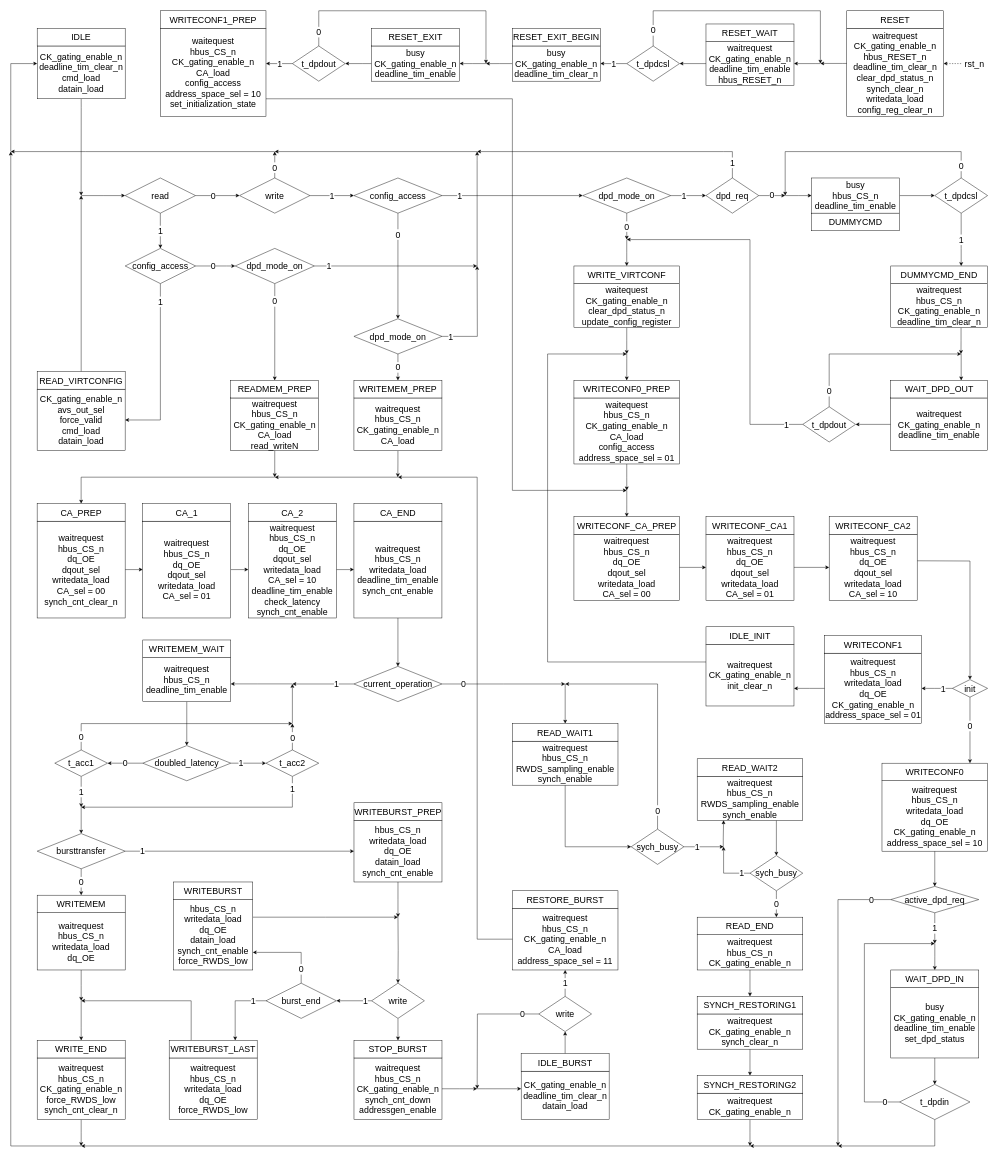
Before: page "FSM" (9 of 9) of hyperram_system/ip/avs_to_hram_converter/schematics/avs_to_hram_converter.drawio in AndreaBononi/Intel_Cyclone10LP_systems, a draw.io diagram. Source tidied: cells renumbered, new cells numbered last; positions are measured from the earlier drawing's top-left corner, leaving out a move shared by most shapes. Both pictures are drawn from the tidied source at 44%, with x=0, y=0 at pixel (11, 11).
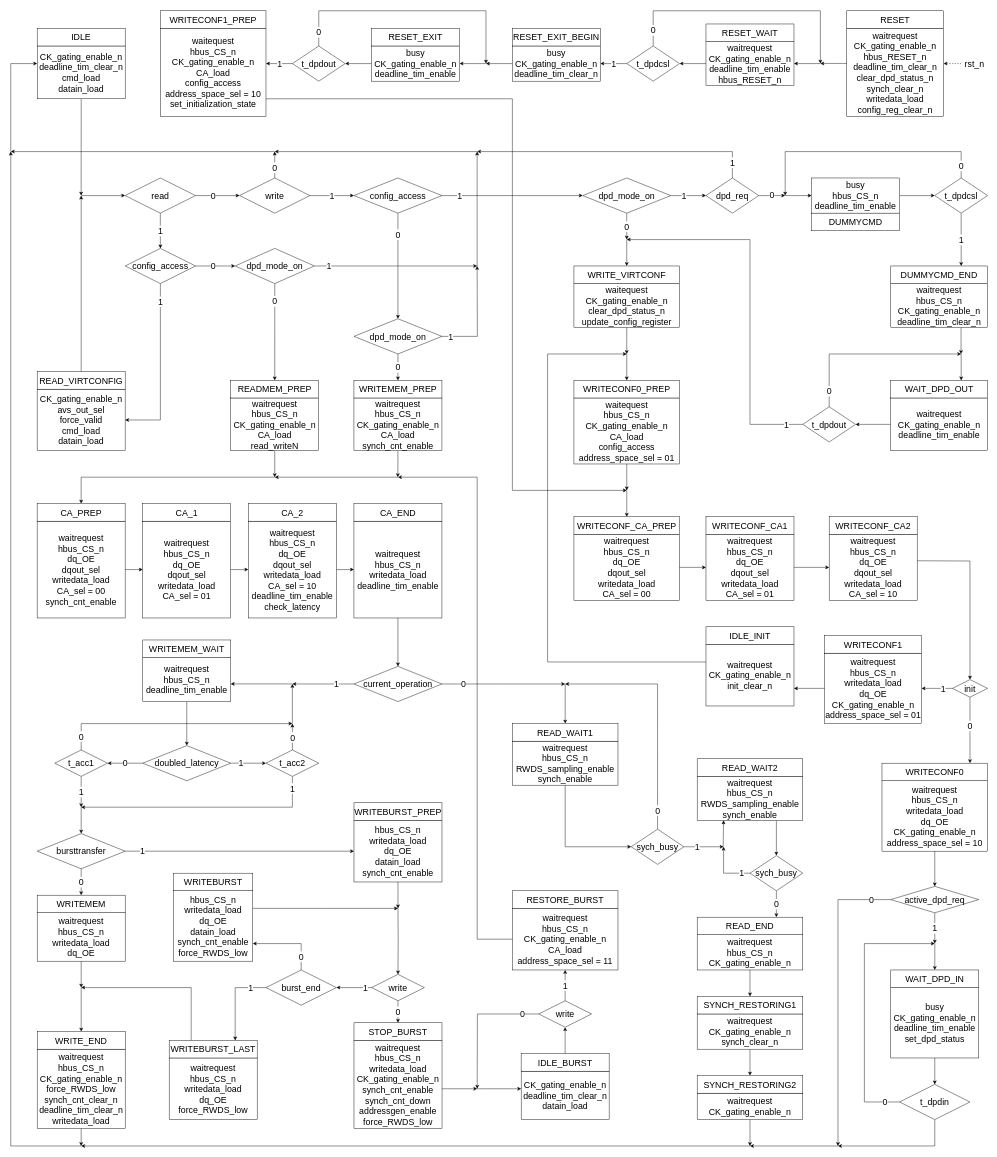
Above is the later version.

The change refers to these unchanged cells:
```xml
<mxCell id="164" value="&lt;font style=&quot;font-size: 20px;&quot;&gt;hbus_CS_n&lt;/font&gt;&lt;div style=&quot;font-size: 20px;&quot;&gt;&lt;font style=&quot;font-size: 20px;&quot;&gt;writedata_load&lt;/font&gt;&lt;/div&gt;&lt;div style=&quot;font-size: 20px;&quot;&gt;&lt;font style=&quot;font-size: 20px;&quot;&gt;dq_OE&lt;br&gt;&lt;/font&gt;&lt;/div&gt;&lt;div style=&quot;font-size: 20px;&quot;&gt;&lt;font style=&quot;font-size: 20px;&quot;&gt;datain_load&lt;br&gt;&lt;/font&gt;&lt;/div&gt;&lt;div style=&quot;font-size: 20px;&quot;&gt;&lt;font style=&quot;font-size: 20px;&quot;&gt;synch_cnt_enable&lt;br&gt;&lt;/font&gt;&lt;/div&gt;" style="rounded=0;whiteSpace=wrap;html=1;fontSize=20;" parent="1" vertex="1">
  <mxGeometry x="780" y="1840" width="200" height="140" as="geometry" />
</mxCell>
<mxCell id="168" value="&lt;font style=&quot;font-size: 20px;&quot;&gt;WRITEBURST_LAST&lt;/font&gt;" style="rounded=0;whiteSpace=wrap;html=1;fontSize=20;" parent="1" vertex="1">
  <mxGeometry x="360" y="2340" width="200" height="40" as="geometry" />
</mxCell>
```

The edit, as a diff of the source:
```diff
@@
-    <mxCell id="42" value="&lt;div style=&quot;font-size: 20px;&quot;&gt;&lt;font style=&quot;font-size: 20px;&quot;&gt;waitrequest&lt;/font&gt;&lt;/div&gt;&lt;div style=&quot;font-size: 20px;&quot;&gt;&lt;font style=&quot;font-size: 20px;&quot;&gt;hbus_CS_n&lt;/font&gt;&lt;/div&gt;&lt;div style=&quot;font-size: 20px;&quot;&gt;&lt;font style=&quot;font-size: 20px;&quot;&gt;CK_gating_enable_n&lt;/font&gt;&lt;/div&gt;&lt;div style=&quot;font-size: 20px;&quot;&gt;&lt;font style=&quot;font-size: 20px;&quot;&gt;CA_load&lt;/font&gt;&lt;/div&gt;" style="rounded=0;whiteSpace=wrap;html=1;fontSize=20;" parent="1" vertex="1">
+    <mxCell id="42" value="&lt;div style=&quot;font-size: 20px;&quot;&gt;&lt;font style=&quot;font-size: 20px;&quot;&gt;waitrequest&lt;/font&gt;&lt;/div&gt;&lt;div style=&quot;font-size: 20px;&quot;&gt;&lt;font style=&quot;font-size: 20px;&quot;&gt;hbus_CS_n&lt;/font&gt;&lt;/div&gt;&lt;div style=&quot;font-size: 20px;&quot;&gt;&lt;font style=&quot;font-size: 20px;&quot;&gt;CK_gating_enable_n&lt;/font&gt;&lt;/div&gt;&lt;div style=&quot;font-size: 20px;&quot;&gt;&lt;font style=&quot;font-size: 20px;&quot;&gt;CA_load&lt;/font&gt;&lt;/div&gt;&lt;div&gt;synch_cnt_enable&lt;/div&gt;" style="rounded=0;whiteSpace=wrap;html=1;fontSize=20;" parent="1" vertex="1">
       <mxGeometry x="779.9" y="880" width="200" height="120" as="geometry" />
     </mxCell>
@@
     <mxCell id="50" style="edgeStyle=orthogonalEdgeStyle;rounded=0;jettySize=auto;html=1;entryX=0.5;entryY=0;entryDx=0;entryDy=0;" parent="1" edge="1" target="155">
       <mxGeometry relative="1" as="geometry">
-        <mxPoint x="160" y="2250" as="sourcePoint" />
+        <mxPoint x="160" y="2220" as="sourcePoint" />
         <Array as="points">
           <mxPoint x="160" y="2310" />
           <mxPoint x="160" y="2310" />
         </Array>
       </mxGeometry>
     </mxCell>
     <mxCell id="51" style="edgeStyle=orthogonalEdgeStyle;rounded=0;jettySize=auto;html=1;exitX=0.5;exitY=1;exitDx=0;exitDy=0;" parent="1" edge="1" source="52">
       <mxGeometry relative="1" as="geometry">
-        <mxPoint x="160" y="2250" as="targetPoint" />
+        <mxPoint x="160" y="2220" as="targetPoint" />
       </mxGeometry>
     </mxCell>
     <mxCell id="52" value="waitrequest&lt;div style=&quot;font-size: 20px;&quot;&gt;&lt;font style=&quot;font-size: 20px;&quot;&gt;hbus_CS_n&lt;/font&gt;&lt;/div&gt;&lt;div style=&quot;font-size: 20px;&quot;&gt;&lt;font style=&quot;font-size: 20px;&quot;&gt;writedata_load&lt;/font&gt;&lt;/div&gt;&lt;div style=&quot;font-size: 20px;&quot;&gt;&lt;font style=&quot;font-size: 20px;&quot;&gt;dq_OE&lt;br&gt;&lt;/font&gt;&lt;/div&gt;" style="rounded=0;whiteSpace=wrap;html=1;fontSize=20;" parent="1" vertex="1">
-      <mxGeometry x="60" y="2050" width="200" height="130" as="geometry" />
+      <mxGeometry x="60" y="2050" width="200" height="110" as="geometry" />
     </mxCell>
@@
-    <mxCell id="140" value="waitrequest&lt;div style=&quot;font-size: 20px;&quot;&gt;&lt;font style=&quot;font-size: 20px;&quot;&gt;hbus_CS_n&lt;/font&gt;&lt;/div&gt;&lt;div style=&quot;font-size: 20px;&quot;&gt;&lt;font style=&quot;font-size: 20px;&quot;&gt;dq_OE&lt;/font&gt;&lt;/div&gt;&lt;div style=&quot;font-size: 20px;&quot;&gt;dqout_sel&lt;/div&gt;&lt;div style=&quot;font-size: 20px;&quot;&gt;writedata_load&lt;br style=&quot;font-size: 20px;&quot;&gt;&lt;/div&gt;&lt;div style=&quot;font-size: 20px;&quot;&gt;&lt;div style=&quot;font-size: 20px;&quot;&gt;CA_sel = 00&lt;/div&gt;&lt;/div&gt;&lt;div&gt;synch_cnt_clear_n&lt;/div&gt;" style="rounded=0;whiteSpace=wrap;html=1;fontSize=20;" parent="1" vertex="1">
+    <mxCell id="140" value="waitrequest&lt;div style=&quot;font-size: 20px;&quot;&gt;&lt;font style=&quot;font-size: 20px;&quot;&gt;hbus_CS_n&lt;/font&gt;&lt;/div&gt;&lt;div style=&quot;font-size: 20px;&quot;&gt;&lt;font style=&quot;font-size: 20px;&quot;&gt;dq_OE&lt;/font&gt;&lt;/div&gt;&lt;div style=&quot;font-size: 20px;&quot;&gt;dqout_sel&lt;/div&gt;&lt;div style=&quot;font-size: 20px;&quot;&gt;writedata_load&lt;br style=&quot;font-size: 20px;&quot;&gt;&lt;/div&gt;&lt;div style=&quot;font-size: 20px;&quot;&gt;&lt;div style=&quot;font-size: 20px;&quot;&gt;CA_sel = 00&lt;/div&gt;&lt;div style=&quot;font-size: 20px;&quot;&gt;synch_cnt_enable&lt;/div&gt;&lt;/div&gt;" style="rounded=0;whiteSpace=wrap;html=1;fontSize=20;" parent="1" vertex="1">
       <mxGeometry x="59.9" y="1160" width="200" height="220" as="geometry" />
     </mxCell>
@@
-    <mxCell id="146" value="waitrequest&lt;div style=&quot;font-size: 20px;&quot;&gt;&lt;font style=&quot;font-size: 20px;&quot;&gt;hbus_CS_n&lt;/font&gt;&lt;/div&gt;&lt;div style=&quot;font-size: 20px;&quot;&gt;&lt;font style=&quot;font-size: 20px;&quot;&gt;dq_OE&lt;/font&gt;&lt;/div&gt;&lt;div style=&quot;font-size: 20px;&quot;&gt;&lt;font style=&quot;font-size: 20px;&quot;&gt;dqout_sel&lt;/font&gt;&lt;/div&gt;&lt;div style=&quot;font-size: 20px;&quot;&gt;&lt;font style=&quot;font-size: 20px;&quot;&gt;writedata_load&lt;/font&gt;&lt;/div&gt;&lt;div style=&quot;font-size: 20px;&quot;&gt;CA_sel = 10&lt;br style=&quot;font-size: 20px;&quot;&gt;&lt;/div&gt;&lt;div style=&quot;font-size: 20px;&quot;&gt;deadline_tim_enable&lt;br style=&quot;font-size: 20px;&quot;&gt;&lt;/div&gt;&lt;div&gt;check_latency&lt;/div&gt;&lt;div&gt;synch_cnt_enable&lt;/div&gt;" style="rounded=0;whiteSpace=wrap;html=1;fontSize=20;" parent="1" vertex="1">
+    <mxCell id="146" value="waitrequest&lt;div style=&quot;font-size: 20px;&quot;&gt;&lt;font style=&quot;font-size: 20px;&quot;&gt;hbus_CS_n&lt;/font&gt;&lt;/div&gt;&lt;div style=&quot;font-size: 20px;&quot;&gt;&lt;font style=&quot;font-size: 20px;&quot;&gt;dq_OE&lt;/font&gt;&lt;/div&gt;&lt;div style=&quot;font-size: 20px;&quot;&gt;&lt;font style=&quot;font-size: 20px;&quot;&gt;dqout_sel&lt;/font&gt;&lt;/div&gt;&lt;div style=&quot;font-size: 20px;&quot;&gt;&lt;font style=&quot;font-size: 20px;&quot;&gt;writedata_load&lt;/font&gt;&lt;/div&gt;&lt;div style=&quot;font-size: 20px;&quot;&gt;CA_sel = 10&lt;br style=&quot;font-size: 20px;&quot;&gt;&lt;/div&gt;&lt;div style=&quot;font-size: 20px;&quot;&gt;deadline_tim_enable&lt;br style=&quot;font-size: 20px;&quot;&gt;&lt;/div&gt;&lt;div&gt;check_latency&lt;/div&gt;" style="rounded=0;whiteSpace=wrap;html=1;fontSize=20;" parent="1" vertex="1">
       <mxGeometry x="539.9" y="1160" width="200" height="220" as="geometry" />
     </mxCell>
@@
-    <mxCell id="148" value="waitrequest&lt;div style=&quot;font-size: 20px;&quot;&gt;&lt;font style=&quot;font-size: 20px;&quot;&gt;hbus_CS_n&lt;/font&gt;&lt;/div&gt;&lt;div style=&quot;font-size: 20px;&quot;&gt;&lt;font style=&quot;font-size: 20px;&quot;&gt;writedata_load&lt;/font&gt;&lt;/div&gt;&lt;div style=&quot;font-size: 20px;&quot;&gt;&lt;font style=&quot;font-size: 20px;&quot;&gt;deadline_tim_enable&lt;/font&gt;&lt;/div&gt;&lt;div&gt;synch_cnt_enable&lt;/div&gt;" style="rounded=0;whiteSpace=wrap;html=1;fontSize=20;" parent="1" vertex="1">
+    <mxCell id="148" value="waitrequest&lt;div style=&quot;font-size: 20px;&quot;&gt;&lt;font style=&quot;font-size: 20px;&quot;&gt;hbus_CS_n&lt;/font&gt;&lt;/div&gt;&lt;div style=&quot;font-size: 20px;&quot;&gt;&lt;font style=&quot;font-size: 20px;&quot;&gt;writedata_load&lt;/font&gt;&lt;/div&gt;&lt;div style=&quot;font-size: 20px;&quot;&gt;&lt;font style=&quot;font-size: 20px;&quot;&gt;deadline_tim_enable&lt;/font&gt;&lt;/div&gt;" style="rounded=0;whiteSpace=wrap;html=1;fontSize=20;" parent="1" vertex="1">
       <mxGeometry x="779.9" y="1160" width="200" height="220" as="geometry" />
     </mxCell>
@@
     <mxCell id="150" value="&lt;font style=&quot;font-size: 20px;&quot;&gt;1&lt;/font&gt;" style="edgeStyle=orthogonalEdgeStyle;rounded=0;jettySize=auto;html=1;exitX=0;exitY=0.5;exitDx=0;exitDy=0;entryX=0.75;entryY=0;entryDx=0;entryDy=0;" parent="1" edge="1" source="152" target="168">
       <mxGeometry x="-0.62" relative="1" as="geometry">
         <Array as="points">
-          <mxPoint x="510" y="2250" />
+          <mxPoint x="510" y="2220" />
         </Array>
         <mxPoint x="1" as="offset" />
       </mxGeometry>
     </mxCell>
     <mxCell id="151" value="&lt;font style=&quot;font-size: 20px;&quot;&gt;0&lt;/font&gt;" style="edgeStyle=orthogonalEdgeStyle;rounded=0;jettySize=auto;html=1;exitX=0.5;exitY=0;exitDx=0;exitDy=0;entryX=1;entryY=0.75;entryDx=0;entryDy=0;" parent="1" edge="1" source="152" target="170">
-      <mxGeometry x="-0.64" relative="1" as="geometry" />
+      <mxGeometry x="-0.64" relative="1" as="geometry">
+        <Array as="points">
+          <mxPoint x="660" y="2120" />
+        </Array>
+      </mxGeometry>
     </mxCell>
     <mxCell id="152" value="burst_end" style="rhombus;whiteSpace=wrap;html=1;fontSize=20;" parent="1" vertex="1">
-      <mxGeometry x="580" y="2210" width="160" height="80" as="geometry" />
+      <mxGeometry x="580" y="2180" width="160" height="80" as="geometry" />
     </mxCell>
@@
-    <mxCell id="154" value="&lt;div style=&quot;font-size: 20px;&quot;&gt;&lt;font style=&quot;font-size: 20px;&quot;&gt;waitrequest&lt;/font&gt;&lt;/div&gt;&lt;div style=&quot;font-size: 20px;&quot;&gt;&lt;font style=&quot;font-size: 20px;&quot;&gt;hbus_CS_n&lt;/font&gt;&lt;/div&gt;&lt;div style=&quot;font-size: 20px;&quot;&gt;&lt;font style=&quot;font-size: 20px;&quot;&gt;CK_gating_enable_n&lt;/font&gt;&lt;/div&gt;&lt;div style=&quot;font-size: 20px;&quot;&gt;&lt;font style=&quot;font-size: 20px;&quot;&gt;force_RWDS_low&lt;/font&gt;&lt;/div&gt;&lt;div&gt;synch_cnt_clear_n&lt;/div&gt;" style="rounded=0;whiteSpace=wrap;html=1;fontSize=20;" parent="1" vertex="1">
-      <mxGeometry x="60" y="2380" width="200" height="140" as="geometry" />
+    <mxCell id="154" value="&lt;div style=&quot;font-size: 20px;&quot;&gt;&lt;font style=&quot;font-size: 20px;&quot;&gt;waitrequest&lt;/font&gt;&lt;/div&gt;&lt;div style=&quot;font-size: 20px;&quot;&gt;&lt;font style=&quot;font-size: 20px;&quot;&gt;hbus_CS_n&lt;/font&gt;&lt;/div&gt;&lt;div style=&quot;font-size: 20px;&quot;&gt;&lt;font style=&quot;font-size: 20px;&quot;&gt;CK_gating_enable_n&lt;/font&gt;&lt;/div&gt;&lt;div style=&quot;font-size: 20px;&quot;&gt;&lt;font style=&quot;font-size: 20px;&quot;&gt;force_RWDS_low&lt;/font&gt;&lt;/div&gt;&lt;div&gt;synch_cnt_clear_n&lt;/div&gt;&lt;div&gt;&lt;font style=&quot;font-size: 20px;&quot;&gt;deadline_tim_clear_n&lt;/font&gt;&lt;/div&gt;&lt;div&gt;&lt;font style=&quot;font-size: 20px;&quot;&gt;writedata_load&lt;/font&gt;&lt;/div&gt;" style="rounded=0;whiteSpace=wrap;html=1;fontSize=20;" parent="1" vertex="1">
+      <mxGeometry x="60" y="2360" width="200" height="180" as="geometry" />
     </mxCell>
     <mxCell id="155" value="&lt;font style=&quot;font-size: 20px;&quot;&gt;WRITE_END&lt;/font&gt;" style="rounded=0;whiteSpace=wrap;html=1;fontSize=20;" parent="1" vertex="1">
-      <mxGeometry x="60" y="2340" width="200" height="40" as="geometry" />
+      <mxGeometry x="60.1" y="2320" width="200" height="40" as="geometry" />
     </mxCell>
@@
     <mxCell id="157" style="edgeStyle=orthogonalEdgeStyle;rounded=0;jettySize=auto;html=1;entryX=0.5;entryY=0;entryDx=0;entryDy=0;" parent="1" edge="1" target="159">
       <mxGeometry relative="1" as="geometry">
-        <mxPoint x="880" y="2060" as="sourcePoint" />
+        <mxPoint x="880" y="2040" as="sourcePoint" />
       </mxGeometry>
     </mxCell>
-    <mxCell id="158" style="edgeStyle=orthogonalEdgeStyle;rounded=0;jettySize=auto;html=1;exitX=0.5;exitY=1;exitDx=0;exitDy=0;entryX=0.5;entryY=0;entryDx=0;entryDy=0;" parent="1" edge="1" source="159" target="178">
+    <mxCell id="158" value="&lt;font style=&quot;font-size: 20px;&quot;&gt;0&lt;/font&gt;" style="edgeStyle=orthogonalEdgeStyle;rounded=0;jettySize=auto;html=1;exitX=0.5;exitY=1;exitDx=0;exitDy=0;entryX=0.5;entryY=0;entryDx=0;entryDy=0;" parent="1" edge="1" source="159" target="178">
       <mxGeometry relative="1" as="geometry" />
     </mxCell>
     <mxCell id="159" value="write" style="rhombus;whiteSpace=wrap;html=1;fontSize=20;" parent="1" vertex="1">
-      <mxGeometry x="820" y="2210" width="120" height="80" as="geometry" />
+      <mxGeometry x="820" y="2190" width="120" height="60" as="geometry" />
     </mxCell>
@@
     <mxCell id="163" style="edgeStyle=orthogonalEdgeStyle;rounded=0;jettySize=auto;html=1;exitX=0.5;exitY=1;exitDx=0;exitDy=0;" parent="1" edge="1" source="164">
       <mxGeometry relative="1" as="geometry">
-        <mxPoint x="880" y="2060" as="targetPoint" />
+        <mxPoint x="880" y="2040" as="targetPoint" />
       </mxGeometry>
     </mxCell>
@@
     <mxCell id="166" style="edgeStyle=orthogonalEdgeStyle;rounded=0;jettySize=auto;html=1;exitX=0.25;exitY=0;exitDx=0;exitDy=0;" parent="1" edge="1" source="168">
       <mxGeometry relative="1" as="geometry">
-        <mxPoint x="160" y="2250" as="targetPoint" />
+        <mxPoint x="160" y="2220" as="targetPoint" />
         <Array as="points">
-          <mxPoint x="410" y="2250" />
+          <mxPoint x="410" y="2220" />
         </Array>
       </mxGeometry>
     </mxCell>
@@
     <mxCell id="169" style="edgeStyle=orthogonalEdgeStyle;rounded=0;jettySize=auto;html=1;exitX=1;exitY=0.25;exitDx=0;exitDy=0;" parent="1" edge="1" source="170">
       <mxGeometry relative="1" as="geometry">
-        <mxPoint x="880" y="2060" as="targetPoint" />
+        <mxPoint x="880" y="2040" as="targetPoint" />
       </mxGeometry>
     </mxCell>
     <mxCell id="170" value="&lt;font style=&quot;font-size: 20px;&quot;&gt;hbus_CS_n&lt;/font&gt;&lt;div style=&quot;font-size: 20px;&quot;&gt;&lt;font style=&quot;font-size: 20px;&quot;&gt;writedata_load&lt;/font&gt;&lt;/div&gt;&lt;div style=&quot;font-size: 20px;&quot;&gt;&lt;font style=&quot;font-size: 20px;&quot;&gt;dq_OE&lt;br&gt;&lt;/font&gt;&lt;/div&gt;&lt;div style=&quot;font-size: 20px;&quot;&gt;&lt;font style=&quot;font-size: 20px;&quot;&gt;datain_load&lt;br&gt;&lt;/font&gt;&lt;/div&gt;&lt;div style=&quot;font-size: 20px;&quot;&gt;&lt;font style=&quot;font-size: 20px;&quot;&gt;synch_cnt_enable&lt;br&gt;&lt;/font&gt;&lt;/div&gt;&lt;div&gt;force_RWDS_low&lt;br&gt;&lt;/div&gt;" style="rounded=0;whiteSpace=wrap;html=1;fontSize=20;" parent="1" vertex="1">
-      <mxGeometry x="370" y="2020" width="180" height="160" as="geometry" />
+      <mxGeometry x="370" y="2000" width="180" height="160" as="geometry" />
     </mxCell>
     <mxCell id="171" value="&lt;font style=&quot;font-size: 20px;&quot;&gt;WRITEBURST&lt;/font&gt;" style="rounded=0;whiteSpace=wrap;html=1;fontSize=20;" parent="1" vertex="1">
-      <mxGeometry x="370" y="1980" width="180" height="40" as="geometry" />
+      <mxGeometry x="370" y="1960" width="180" height="40" as="geometry" />
     </mxCell>
@@
-    <mxCell id="176" style="edgeStyle=orthogonalEdgeStyle;rounded=0;jettySize=auto;html=1;exitX=1;exitY=0.5;exitDx=0;exitDy=0;" parent="1" edge="1" source="177">
+    <mxCell id="176" style="edgeStyle=orthogonalEdgeStyle;rounded=0;orthogonalLoop=1;jettySize=auto;html=1;" parent="1" edge="1">
       <mxGeometry relative="1" as="geometry">
+        <mxPoint x="980" y="2450" as="sourcePoint" />
         <mxPoint x="1060" y="2450" as="targetPoint" />
       </mxGeometry>
     </mxCell>
-    <mxCell id="177" value="&lt;div style=&quot;font-size: 20px;&quot;&gt;&lt;font style=&quot;font-size: 20px;&quot;&gt;waitrequest&lt;/font&gt;&lt;/div&gt;&lt;div style=&quot;font-size: 20px;&quot;&gt;&lt;font style=&quot;font-size: 20px;&quot;&gt;hbus_CS_n&lt;/font&gt;&lt;/div&gt;&lt;div style=&quot;font-size: 20px;&quot;&gt;&lt;font style=&quot;font-size: 20px;&quot;&gt;CK_gating_enable_n&lt;/font&gt;&lt;/div&gt;&lt;div&gt;synch_cnt_down&lt;/div&gt;&lt;div&gt;addressgen_enable&lt;br&gt;&lt;/div&gt;" style="rounded=0;whiteSpace=wrap;html=1;fontSize=20;" parent="1" vertex="1">
-      <mxGeometry x="780" y="2380" width="200" height="140" as="geometry" />
+    <mxCell id="177" value="&lt;div style=&quot;font-size: 20px;&quot;&gt;&lt;font style=&quot;font-size: 20px;&quot;&gt;waitrequest&lt;/font&gt;&lt;/div&gt;&lt;div style=&quot;font-size: 20px;&quot;&gt;&lt;font style=&quot;font-size: 20px;&quot;&gt;hbus_CS_n&lt;/font&gt;&lt;/div&gt;&lt;div style=&quot;font-size: 20px;&quot;&gt;&lt;font style=&quot;font-size: 20px;&quot;&gt;writedata_load&lt;/font&gt;&lt;/div&gt;&lt;div style=&quot;font-size: 20px;&quot;&gt;&lt;font style=&quot;font-size: 20px;&quot;&gt;CK_gating_enable_n&lt;/font&gt;&lt;/div&gt;&lt;div style=&quot;font-size: 20px;&quot;&gt;&lt;font style=&quot;font-size: 20px;&quot;&gt;synch_cnt_enable&lt;/font&gt;&lt;/div&gt;&lt;div&gt;synch_cnt_down&lt;/div&gt;&lt;div&gt;addressgen_enable&lt;br&gt;&lt;/div&gt;&lt;div&gt;force_RWDS_low&lt;br&gt;&lt;/div&gt;" style="rounded=0;whiteSpace=wrap;html=1;fontSize=20;" parent="1" vertex="1">
+      <mxGeometry x="780" y="2340" width="200.1" height="200" as="geometry" />
     </mxCell>
     <mxCell id="178" value="&lt;font style=&quot;font-size: 20px;&quot;&gt;STOP_BURST&lt;/font&gt;" style="rounded=0;whiteSpace=wrap;html=1;fontSize=20;" parent="1" vertex="1">
-      <mxGeometry x="780" y="2340" width="200" height="40" as="geometry" />
+      <mxGeometry x="780" y="2300" width="200" height="40" as="geometry" />
     </mxCell>
-    <mxCell id="179" value="&lt;div style=&quot;font-size: 20px;&quot;&gt;&lt;font style=&quot;font-size: 20px;&quot;&gt;CK_gating_enable_n&lt;/font&gt;&lt;/div&gt;&lt;div style=&quot;font-size: 20px;&quot;&gt;&lt;font style=&quot;font-size: 20px;&quot;&gt;deadline_tim_clear_n&lt;/font&gt;&lt;/div&gt;&lt;font style=&quot;font-size: 20px;&quot;&gt;datain_load&lt;/font&gt;" style="rounded=0;whiteSpace=wrap;html=1;fontSize=20;" parent="1" vertex="1">
+    <mxCell id="179" value="&lt;div style=&quot;font-size: 20px;&quot;&gt;&lt;font style=&quot;font-size: 20px;&quot;&gt;CK_gating_enable_n&lt;/font&gt;&lt;/div&gt;&lt;div style=&quot;font-size: 20px;&quot;&gt;&lt;font style=&quot;font-size: 20px;&quot;&gt;deadline_tim_clear_n&lt;/font&gt;&lt;/div&gt;&lt;div&gt;&lt;font style=&quot;font-size: 20px;&quot;&gt;datain_load&lt;/font&gt;&lt;/div&gt;" style="rounded=0;whiteSpace=wrap;html=1;fontSize=20;" parent="1" vertex="1">
       <mxGeometry x="1160" y="2410" width="199.9" height="110" as="geometry" />
     </mxCell>
@@
     <mxCell id="184" value="write" style="rhombus;whiteSpace=wrap;html=1;fontSize=20;" parent="1" vertex="1">
-      <mxGeometry x="1199.9" y="2240" width="120" height="80" as="geometry" />
+      <mxGeometry x="1199.9" y="2250" width="120" height="60" as="geometry" />
     </mxCell>
```
